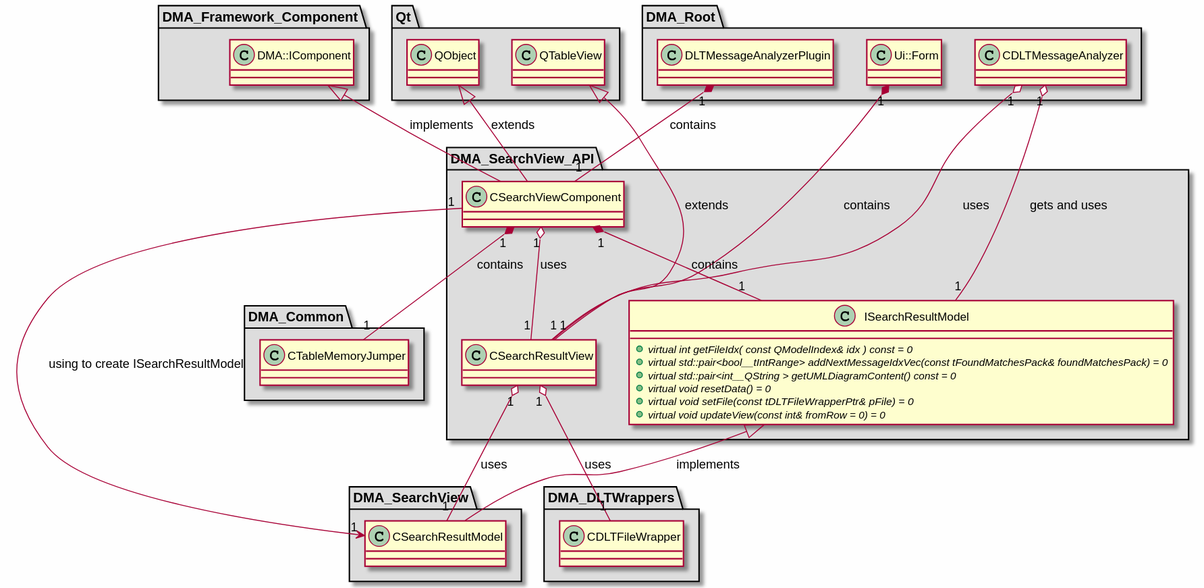
Above: md/dev_docs/puml/DMA_SearchView_API.svg in svlad-90/DLT-Message-Analyzer (PlantUML), before the change.
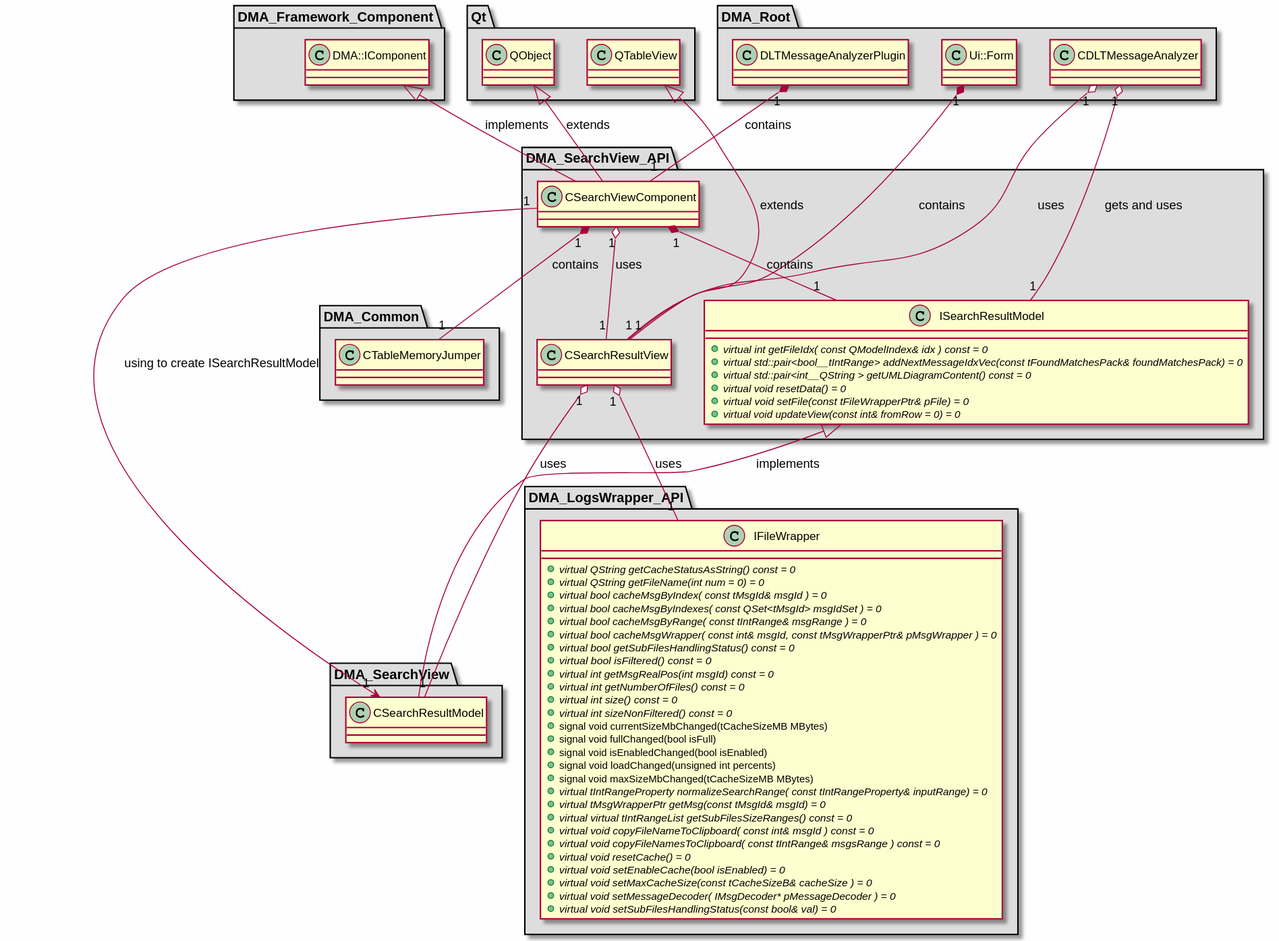
Above is the later version.

The edit, as a diff of the source:
```diff
@@ -11,20 +11,47 @@
 
 }
 
-package "DMA_DLTWrappers" #DDDDDD
+package "DMA_Framework_Component" #DDDDDD
 {
 
-class "CDLTFileWrapper"
+class "DMA::IComponent"
 {
 }
 
 }
 
-package "DMA_Framework_Component" #DDDDDD
+package "DMA_LogsWrapper_API" #DDDDDD
 {
 
-class "DMA::IComponent"
+class "IFileWrapper"
 {
+    + {abstract} virtual QString getCacheStatusAsString() const = 0
+    + {abstract} virtual QString getFileName(int num = 0) = 0
+    + {abstract} virtual bool cacheMsgByIndex( const tMsgId& msgId ) = 0
+    + {abstract} virtual bool cacheMsgByIndexes( const QSet<tMsgId> msgIdSet ) = 0
+    + {abstract} virtual bool cacheMsgByRange( const tIntRange& msgRange ) = 0
+    + {abstract} virtual bool cacheMsgWrapper( const int& msgId, const tMsgWrapperPtr& pMsgWrapper ) = 0
+    + {abstract} virtual bool getSubFilesHandlingStatus() const = 0
+    + {abstract} virtual bool isFiltered() const = 0
+    + {abstract} virtual int getMsgRealPos(int msgId) const = 0
+    + {abstract} virtual int getNumberOfFiles() const = 0
+    + {abstract} virtual int size() const = 0
+    + {abstract} virtual int sizeNonFiltered() const = 0
+    + signal void currentSizeMbChanged(tCacheSizeMB MBytes)
+    + signal void fullChanged(bool isFull)
+    + signal void isEnabledChanged(bool isEnabled)
+    + signal void loadChanged(unsigned int percents)
+    + signal void maxSizeMbChanged(tCacheSizeMB MBytes)
+    + {abstract} virtual tIntRangeProperty normalizeSearchRange( const tIntRangeProperty& inputRange) = 0
+    + {abstract} virtual tMsgWrapperPtr getMsg(const tMsgId& msgId) = 0
+    + {abstract} virtual virtual tIntRangeList getSubFilesSizeRanges() const = 0
+    + {abstract} virtual void copyFileNameToClipboard( const int& msgId ) const = 0
+    + {abstract} virtual void copyFileNamesToClipboard( const tIntRange& msgsRange ) const = 0
+    + {abstract} virtual void resetCache() = 0
+    + {abstract} virtual void setEnableCache(bool isEnabled) = 0
+    + {abstract} virtual void setMaxCacheSize(const tCacheSizeB& cacheSize ) = 0
+    + {abstract} virtual void setMessageDecoder( IMsgDecoder* pMessageDecoder ) = 0
+    + {abstract} virtual void setSubFilesHandlingStatus(const bool& val) = 0
 }
 
 }
@@ -72,7 +99,7 @@
     + {abstract} virtual std::pair<bool__tIntRange> addNextMessageIdxVec(const tFoundMatchesPack& foundMatchesPack) = 0
     + {abstract} virtual std::pair<int__QString > getUMLDiagramContent() const = 0
     + {abstract} virtual void resetData() = 0
-    + {abstract} virtual void setFile(const tDLTFileWrapperPtr& pFile) = 0
+    + {abstract} virtual void setFile(const tFileWrapperPtr& pFile) = 0
     + {abstract} virtual void updateView(const int& fromRow = 0) = 0
 }
 
@@ -100,8 +127,8 @@
 CDLTMessageAnalyzer "1" o-- "1" ISearchResultModel : gets and uses
 DLTMessageAnalyzerPlugin "1" *-- "1" CSearchViewComponent : contains
 Ui::Form "1" *-- "1" CSearchResultView : contains
-CSearchResultView "1" o-- "1" CDLTFileWrapper : uses
 CSearchResultView "1" o-- "1" CSearchResultModel : uses
+CSearchResultView "1" o-- "1" IFileWrapper : uses
 CSearchViewComponent "1" --> "1" CSearchResultModel : using to create ISearchResultModel
 CSearchViewComponent "1" o-- "1" CSearchResultView : uses
 CSearchViewComponent "1" *-- "1" CTableMemoryJumper : contains
```
